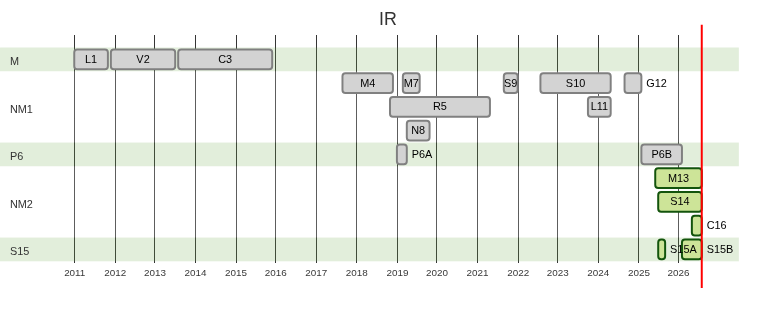
This is content/notes/ir/irg.png from nikthink/nikthink.net, a Mermaid export, as it was before one commit. Its source is kept beside it as content/notes/ir/irg.mmd.
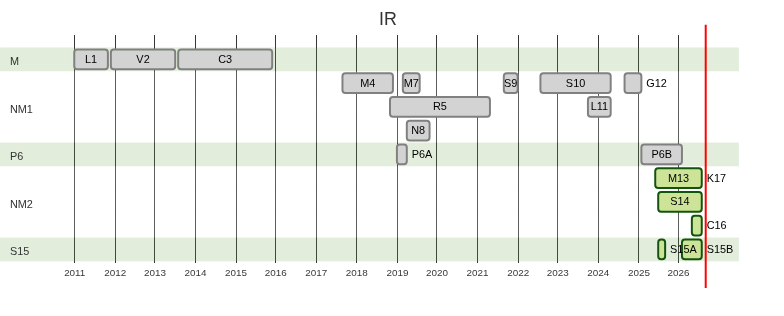
After the commit.

The edit, as a diff of the source:
```diff
@@ -30,6 +30,7 @@
         M13   : active, 2025-06, 2026-08
         S14   : active, 2025-07, 2026-08
         C16   : active, 2026-05, 2026-08
+        K17   : active, 2026-08, 2026-08
     section S15
         S15A  : active, 2025-07, 2025-09
         S15B  : active, 2026-02, 2026-08
```
